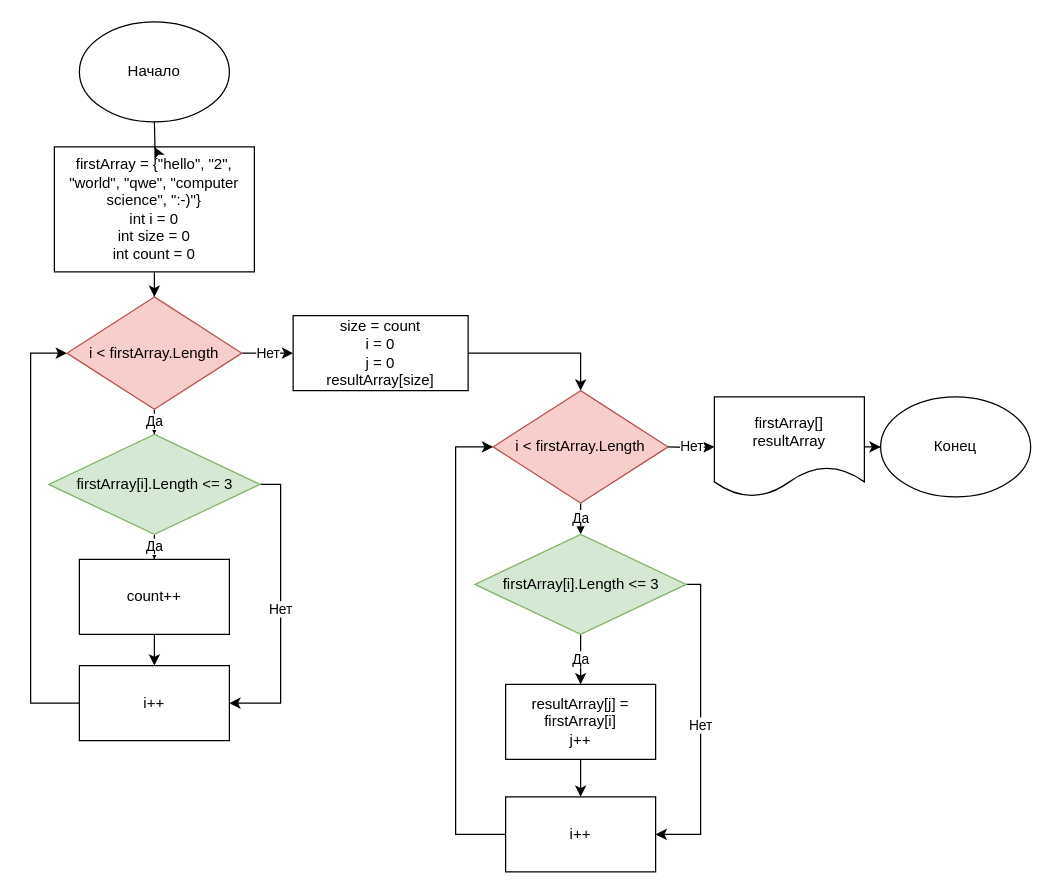
This is page "Страница 8" (8 of 8) of Блок схема/block-diagram.drawio from DesiMorti/Final_task, a draw.io file, before an edit. Source tidied: cells renumbered, new cells numbered last; positions are measured from the earlier drawing's top-left corner, leaving out a move shared by most shapes. Both pictures are drawn from the tidied source at 125%, with x=0, y=0 at pixel (30, 21).
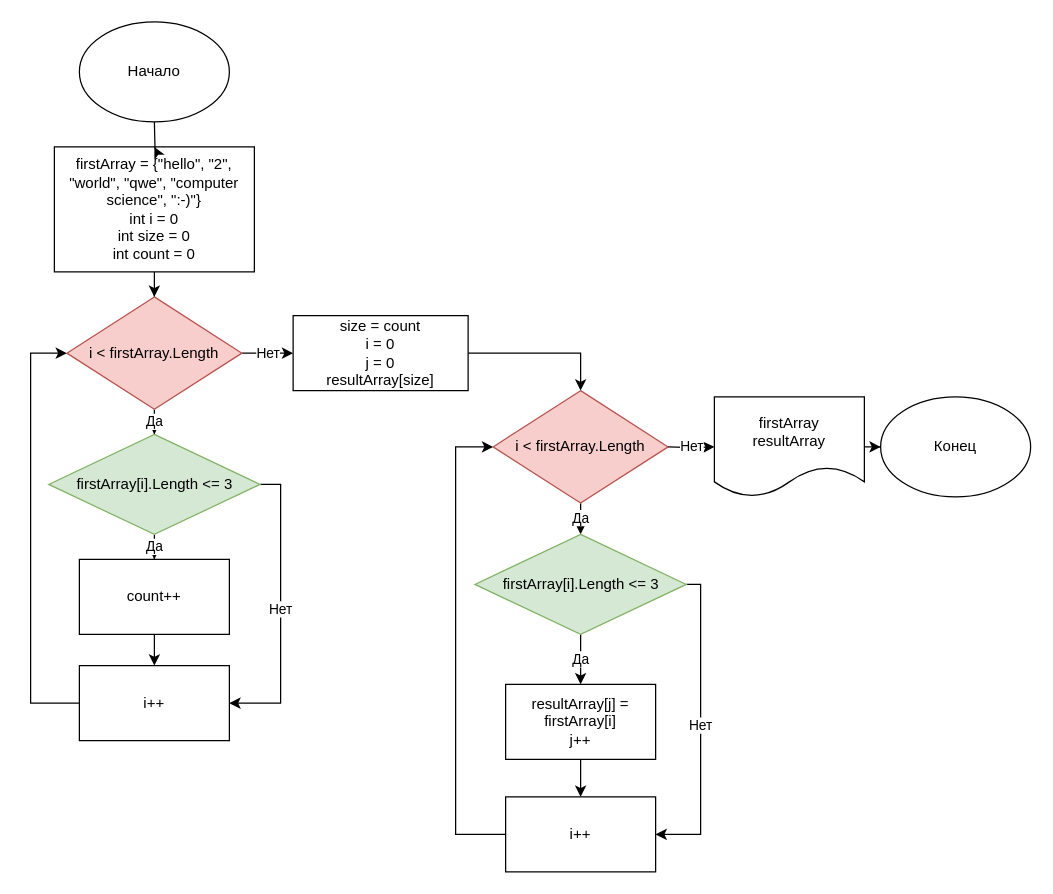
After the change.

Commit message (it also covers changes not shown here):
Поправил блок-схему

The edit, as a diff of the source:
```diff
@@
-    <mxCell id="22" value="firstArray[]&lt;br&gt;resultArray" style="shape=document;whiteSpace=wrap;html=1;boundedLbl=1;" parent="1" vertex="1">
+    <mxCell id="22" value="firstArray&lt;br&gt;resultArray" style="shape=document;whiteSpace=wrap;html=1;boundedLbl=1;" parent="1" vertex="1">
       <mxGeometry x="547" y="300" width="120" height="80" as="geometry" />
     </mxCell>
```
